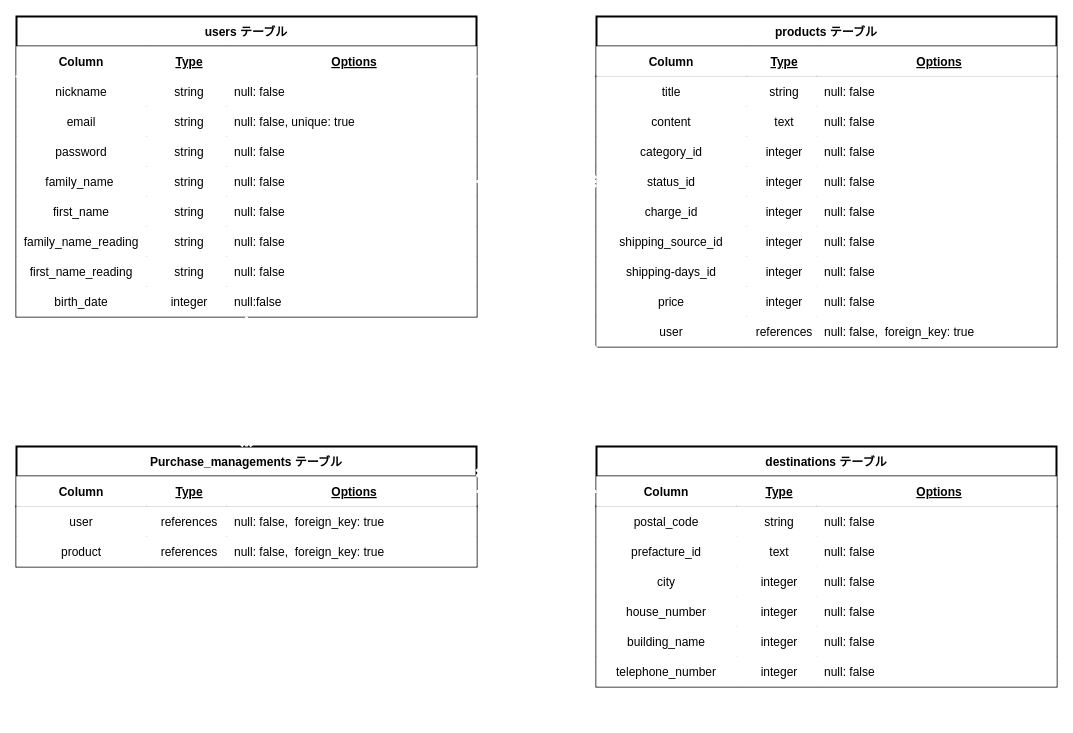
This is furima-38177.dio from NaoyukiG/furima-38177, a draw.io file, before an edit. Source tidied: cells renumbered, new cells numbered last; positions are measured from the earlier drawing's top-left corner, leaving out a move shared by most shapes. Both pictures are drawn from the tidied source at 100%, with x=0, y=0 at pixel (16, 16).
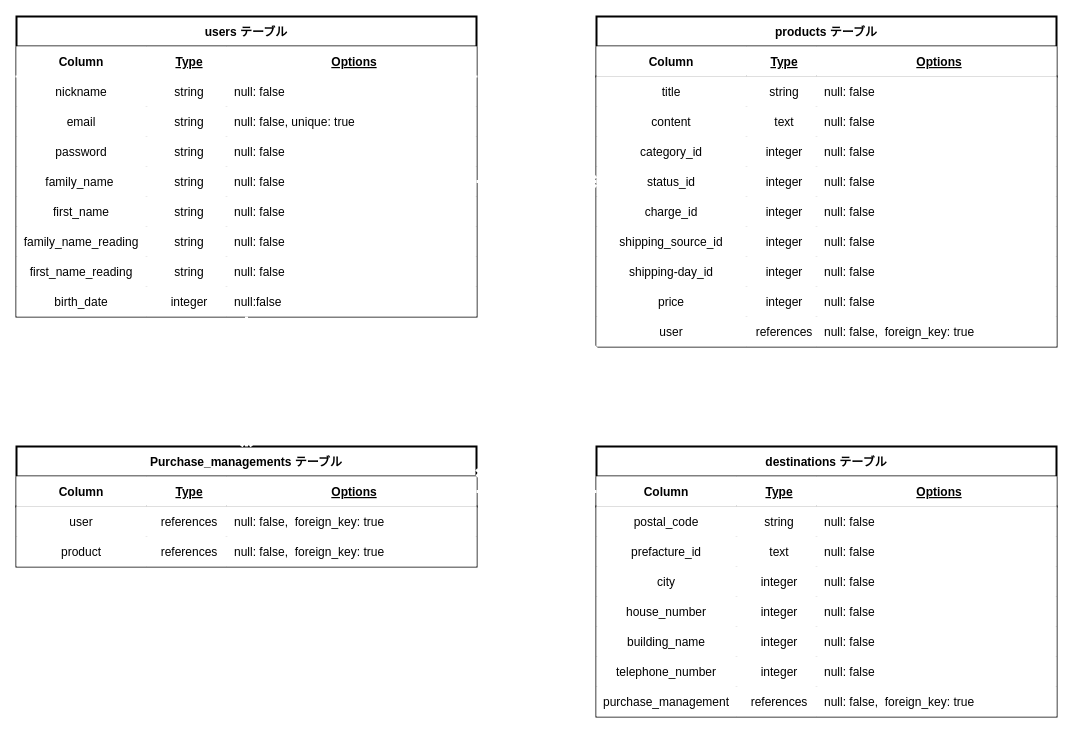
The same diagram, later.

Commit message (it also covers changes not shown here):
住所管理テーブルと購入管理テーブルの整理

The change refers to these unchanged cells:
```xml
<mxCell id="68" style="shape=partialRectangle;top=0;left=0;bottom=0;right=0;strokeWidth=2;" parent="39" vertex="1">
  <mxGeometry y="240" width="460" height="30" as="geometry" />
</mxCell>
```

What changed in the source:
```diff
@@
-    <mxCell id="69" value="shipping-days_id" style="shape=partialRectangle;top=0;left=0;bottom=0;right=0;overflow=hidden;strokeWidth=2;" parent="68" vertex="1">
+    <mxCell id="69" value="shipping-day_id" style="shape=partialRectangle;top=0;left=0;bottom=0;right=0;overflow=hidden;strokeWidth=2;" parent="68" vertex="1">
       <mxGeometry width="150" height="30" as="geometry" />
     </mxCell>
@@
     <mxCell id="80" value="destinations テーブル" style="shape=table;startSize=30;childLayout=tableLayout;rowLines=0;fontStyle=1;align=center;strokeWidth=2;" parent="1" vertex="1">
-      <mxGeometry x="580" y="430" width="460" height="240" as="geometry" />
+      <mxGeometry x="580" y="430" width="460" height="270" as="geometry" />
     </mxCell>
@@
+    <mxCell id="126" style="shape=partialRectangle;top=0;left=0;bottom=0;right=0;strokeWidth=2;" parent="80" vertex="1">
+      <mxGeometry y="240" width="460" height="30" as="geometry" />
+    </mxCell>
+    <mxCell id="127" value="purchase_management" style="shape=partialRectangle;top=0;left=0;bottom=0;right=0;overflow=hidden;strokeWidth=2;" parent="126" vertex="1">
+      <mxGeometry width="140" height="30" as="geometry" />
+    </mxCell>
+    <mxCell id="128" value="references" style="shape=partialRectangle;top=0;left=0;bottom=0;right=0;align=center;spacingLeft=6;overflow=hidden;strokeWidth=2;" parent="126" vertex="1">
+      <mxGeometry x="140" width="80" height="30" as="geometry" />
+    </mxCell>
+    <mxCell id="129" value="null: false,  foreign_key: true" style="shape=partialRectangle;top=0;left=0;bottom=0;right=0;align=left;spacingLeft=6;overflow=hidden;strokeWidth=2;" parent="126" vertex="1">
+      <mxGeometry x="220" width="240" height="30" as="geometry" />
+    </mxCell>
```
